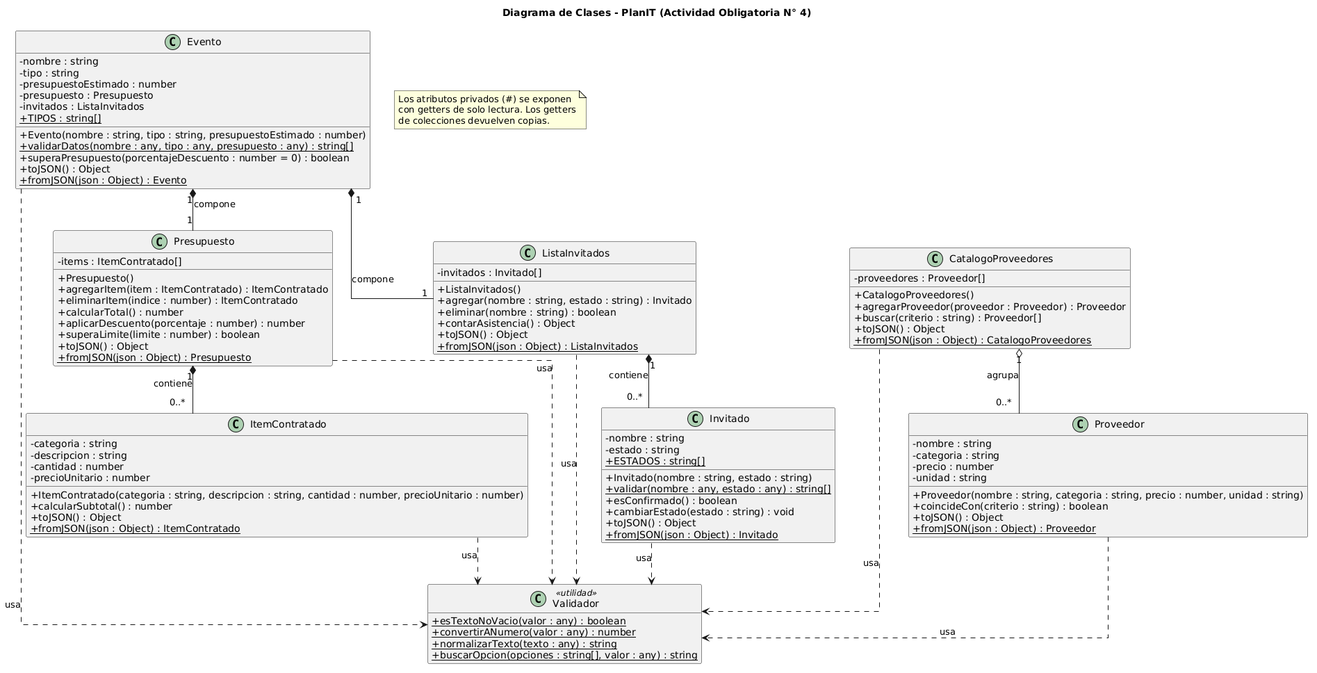
Before: docs/05-diagramas/02-diagrama-de-clases/diagrama-clases.png, a diagram exported from PlantUML (carolabenvenuto-uces/planit).
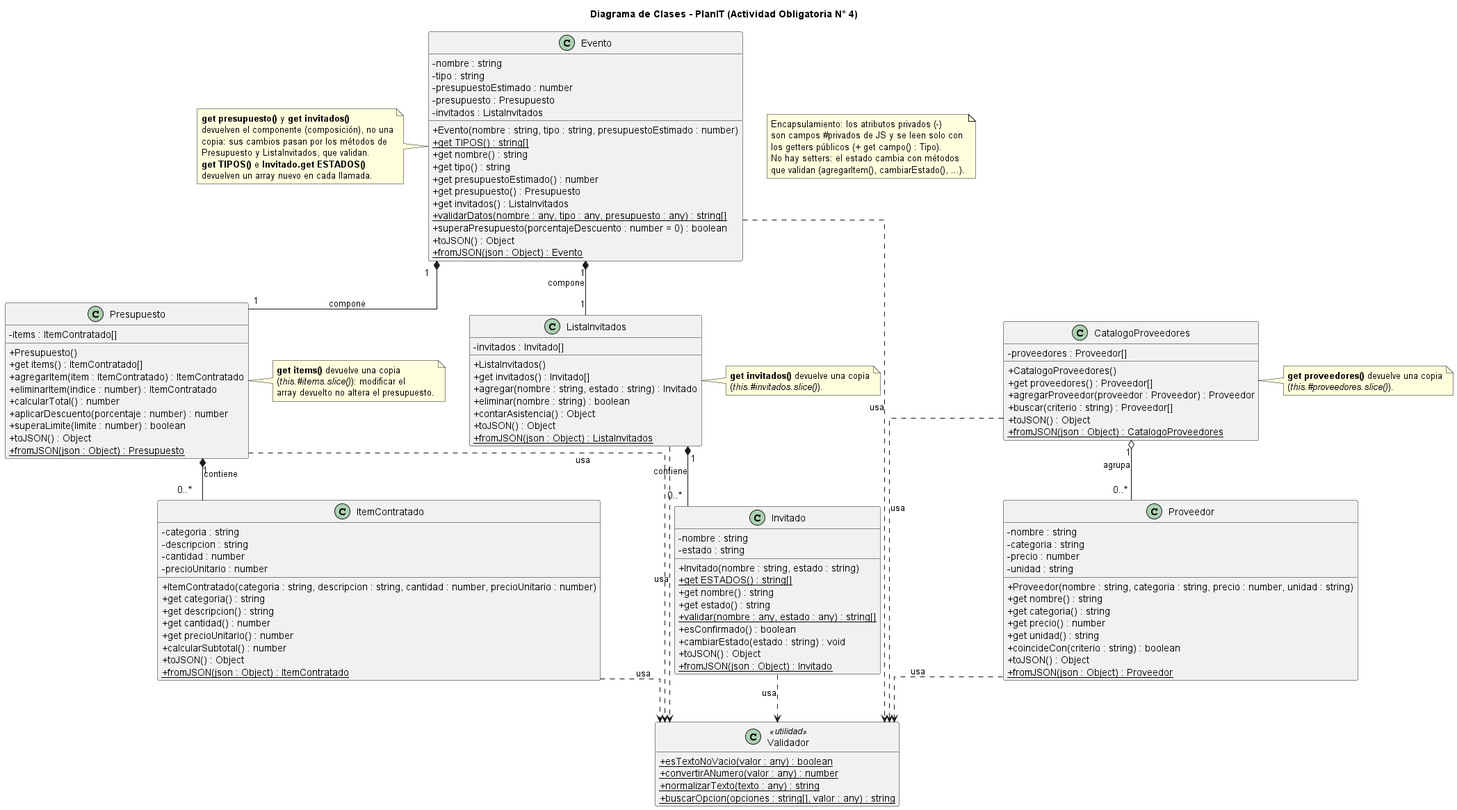
Later version of the same file.

Commit message:
docs(uml): incorporar getters publicos y regenerar diagrama de clases (RC12)

What changed in the source:
```diff
@@ -1,9 +1,10 @@
-@startuml
+@startuml diagrama-clases
 title Diagrama de Clases - PlanIT (Actividad Obligatoria N° 4)
 
 skinparam classAttributeIconSize 0
 skinparam linetype ortho
 hide empty members
+
 
 class Validador <<utilidad>> {
   {static} + esTextoNoVacio(valor : any) : boolean
@@ -18,8 +19,13 @@
   - presupuestoEstimado : number
   - presupuesto : Presupuesto
   - invitados : ListaInvitados
-  {static} + TIPOS : string[]
   + Evento(nombre : string, tipo : string, presupuestoEstimado : number)
+  {static} + get TIPOS() : string[]
+  + get nombre() : string
+  + get tipo() : string
+  + get presupuestoEstimado() : number
+  + get presupuesto() : Presupuesto
+  + get invitados() : ListaInvitados
   {static} + validarDatos(nombre : any, tipo : any, presupuesto : any) : string[]
   + superaPresupuesto(porcentajeDescuento : number = 0) : boolean
   + toJSON() : Object
@@ -29,6 +35,7 @@
 class Presupuesto {
   - items : ItemContratado[]
   + Presupuesto()
+  + get items() : ItemContratado[]
   + agregarItem(item : ItemContratado) : ItemContratado
   + eliminarItem(indice : number) : ItemContratado
   + calcularTotal() : number
@@ -44,6 +51,10 @@
   - cantidad : number
   - precioUnitario : number
   + ItemContratado(categoria : string, descripcion : string, cantidad : number, precioUnitario : number)
+  + get categoria() : string
+  + get descripcion() : string
+  + get cantidad() : number
+  + get precioUnitario() : number
   + calcularSubtotal() : number
   + toJSON() : Object
   {static} + fromJSON(json : Object) : ItemContratado
@@ -52,6 +63,7 @@
 class ListaInvitados {
   - invitados : Invitado[]
   + ListaInvitados()
+  + get invitados() : Invitado[]
   + agregar(nombre : string, estado : string) : Invitado
   + eliminar(nombre : string) : boolean
   + contarAsistencia() : Object
@@ -62,8 +74,10 @@
 class Invitado {
   - nombre : string
   - estado : string
-  {static} + ESTADOS : string[]
   + Invitado(nombre : string, estado : string)
+  {static} + get ESTADOS() : string[]
+  + get nombre() : string
+  + get estado() : string
   {static} + validar(nombre : any, estado : any) : string[]
   + esConfirmado() : boolean
   + cambiarEstado(estado : string) : void
@@ -74,6 +88,7 @@
 class CatalogoProveedores {
   - proveedores : Proveedor[]
   + CatalogoProveedores()
+  + get proveedores() : Proveedor[]
   + agregarProveedor(proveedor : Proveedor) : Proveedor
   + buscar(criterio : string) : Proveedor[]
   + toJSON() : Object
@@ -86,6 +101,10 @@
   - precio : number
   - unidad : string
   + Proveedor(nombre : string, categoria : string, precio : number, unidad : string)
+  + get nombre() : string
+  + get categoria() : string
+  + get precio() : number
+  + get unidad() : string
   + coincideCon(criterio : string) : boolean
   + toJSON() : Object
   {static} + fromJSON(json : Object) : Proveedor
@@ -105,5 +124,31 @@
 Proveedor ..> Validador : usa
 CatalogoProveedores ..> Validador : usa
 
-note "Los atributos privados (#) se exponen\ncon getters de solo lectura. Los getters\nde colecciones devuelven copias." as N1
+note "Encapsulamiento: los atributos privados (-)\nson campos #privados de JS y se leen solo con\nlos getters públicos (+ get campo() : Tipo).\nNo hay setters: el estado cambia con métodos\nque validan (agregarItem(), cambiarEstado(), ...)." as N1
+
+note right of Presupuesto
+  <b>get items()</b> devuelve una copia
+  (<i>this.#items.slice()</i>): modificar el
+  array devuelto no altera el presupuesto.
+end note
+
+note right of ListaInvitados
+  <b>get invitados()</b> devuelve una copia
+  (<i>this.#invitados.slice()</i>).
+end note
+
+note right of CatalogoProveedores
+  <b>get proveedores()</b> devuelve una copia
+  (<i>this.#proveedores.slice()</i>).
+end note
+
+note left of Evento
+  <b>get presupuesto()</b> y <b>get invitados()</b>
+  devuelven el componente (composición), no una
+  copia: sus cambios pasan por los métodos de
+  Presupuesto y ListaInvitados, que validan.
+  <b>get TIPOS()</b> e <b>Invitado.get ESTADOS()</b>
+  devuelven un array nuevo en cada llamada.
+end note
+
 @enduml
```
